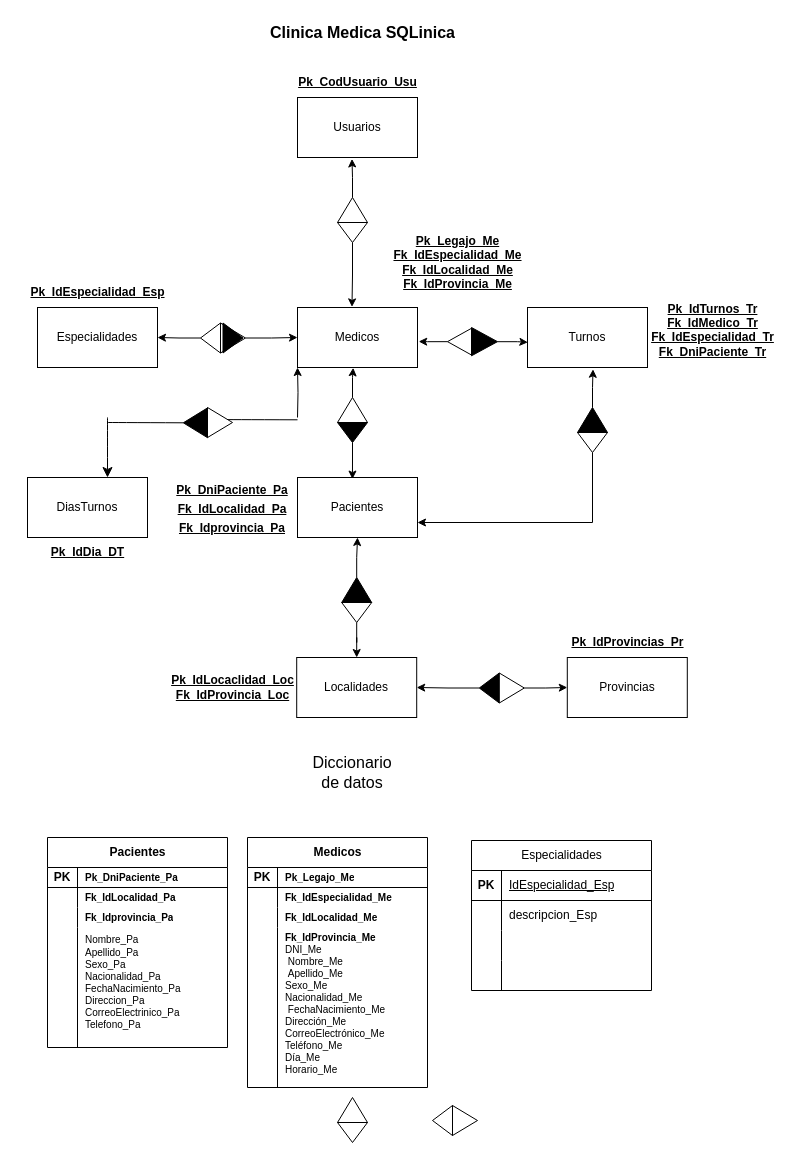
The draw.io diagram page "Página-10" (9 of 9) of tpder.drawio in Judith-Diaz/draw.io, before the edit. Source tidied: cells renumbered, new cells numbered last; positions are measured from the earlier drawing's top-left corner, leaving out a move shared by most shapes. Both pictures are drawn from the tidied source at 100%, with x=0, y=0 at pixel (17, 17).
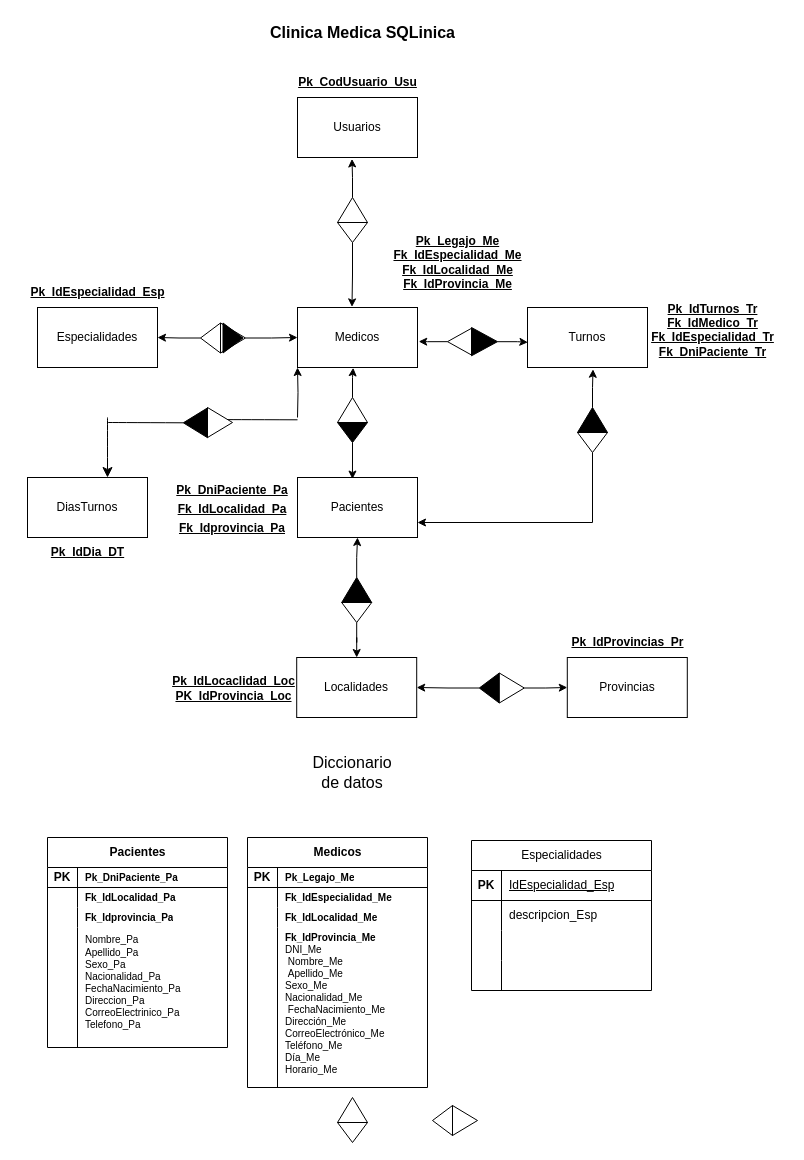
The same diagram, later.

Diff of the diagram source:
```diff
@@
-    <mxCell id="54" value="&lt;b&gt;&lt;u&gt;Pk_IdLocaclidad_Loc&lt;/u&gt;&lt;/b&gt;&lt;div&gt;&lt;b&gt;&lt;u&gt;Fk_IdProvincia_Loc&lt;/u&gt;&lt;/b&gt;&lt;/div&gt;" style="text;html=1;align=center;verticalAlign=middle;strokeColor=none;fillColor=none;" parent="1" vertex="1">
-      <mxGeometry x="140" y="650" width="150" height="40" as="geometry" />
+    <mxCell id="54" value="&lt;b&gt;&lt;u&gt;Pk_IdLocaclidad_Loc&lt;/u&gt;&lt;/b&gt;&lt;div&gt;&lt;b&gt;&lt;u&gt;PK_IdProvincia_Loc&lt;/u&gt;&lt;/b&gt;&lt;/div&gt;" style="text;html=1;align=center;verticalAlign=middle;strokeColor=none;fillColor=none;" parent="1" vertex="1">
+      <mxGeometry x="145" y="650" width="141" height="41" as="geometry" />
     </mxCell>
```
